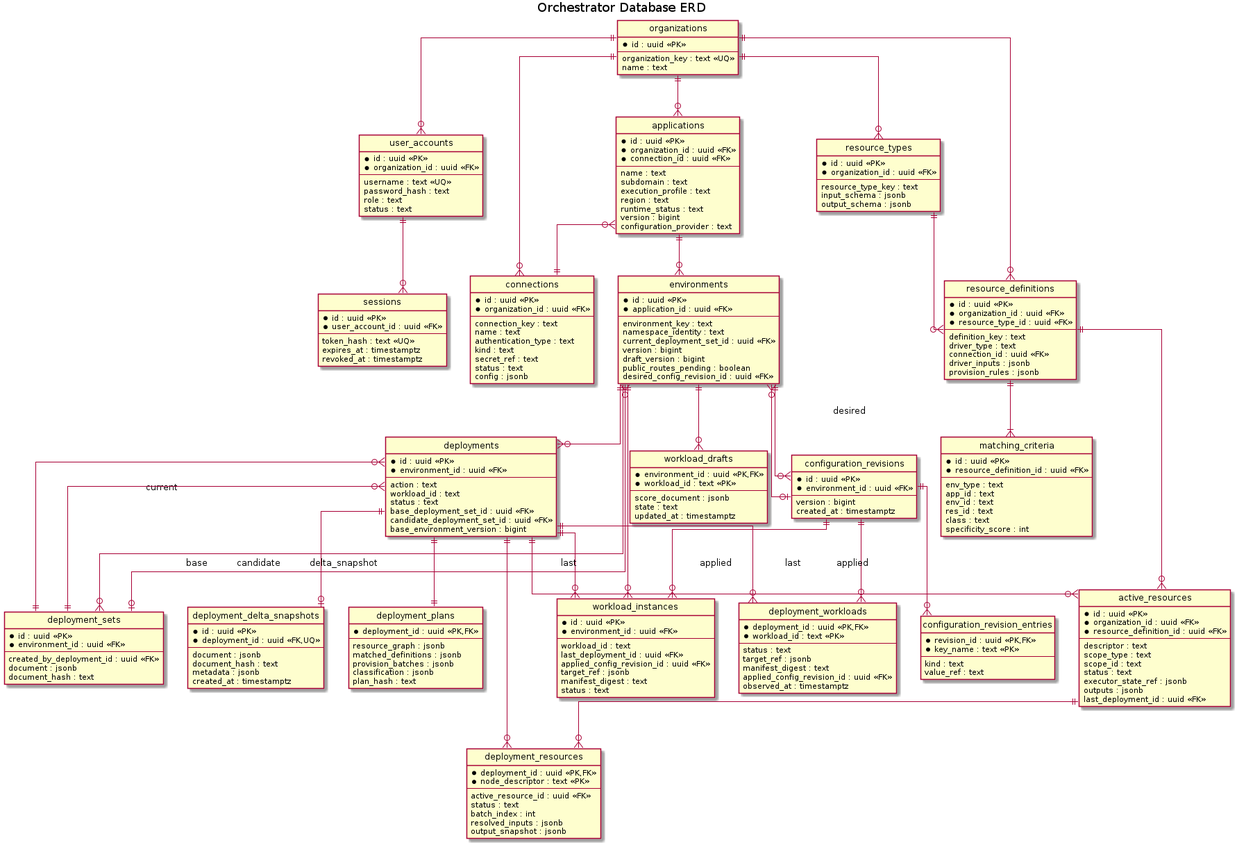
pr3s3nt/poc keeps this PlantUML diagram as orchestrator_docs/architecture/database/erd.png. Above is the earlier version. Its source is kept beside it as orchestrator_docs/architecture/database/erd.puml.
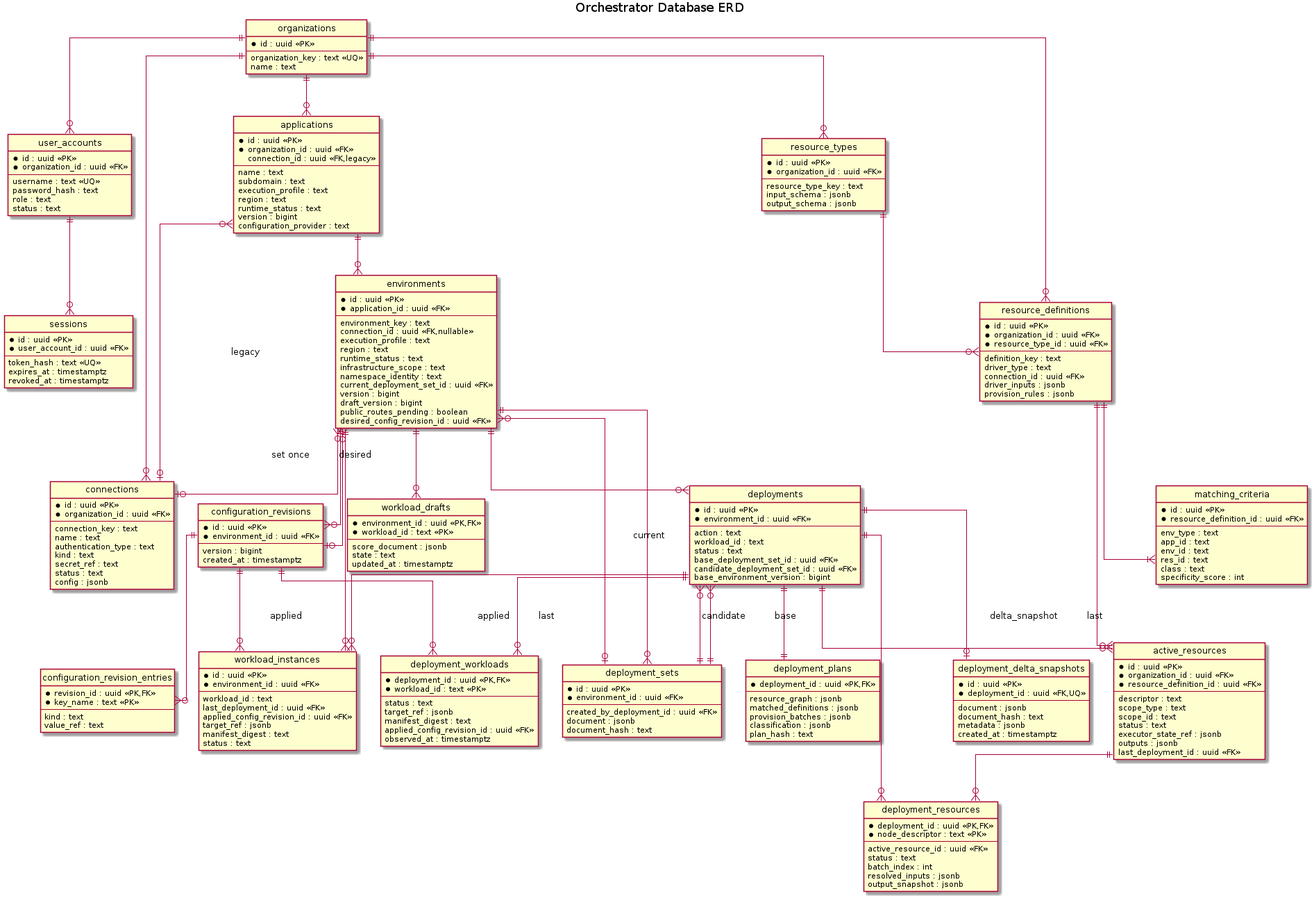
Above is the later version.

Diff of the diagram source:
```diff
@@ -41,7 +41,7 @@
 entity applications {
   * id : uuid <<PK>>
   * organization_id : uuid <<FK>>
-  * connection_id : uuid <<FK>>
+  connection_id : uuid <<FK,legacy>>
   --
   name : text
   subdomain : text
@@ -56,6 +56,11 @@
   * application_id : uuid <<FK>>
   --
   environment_key : text
+  connection_id : uuid <<FK,nullable>>
+  execution_profile : text
+  region : text
+  runtime_status : text
+  infrastructure_scope : text
   namespace_identity : text
   current_deployment_set_id : uuid <<FK>>
   version : bigint
@@ -203,7 +208,8 @@
 organizations ||--o{ applications
 organizations ||--o{ resource_types
 organizations ||--o{ resource_definitions
-applications }o--|| connections
+applications }o--o| connections : legacy
+environments }o--o| connections : set once
 applications ||--o{ environments
 environments ||--o{ deployment_sets
 environments ||--o{ deployments
```
